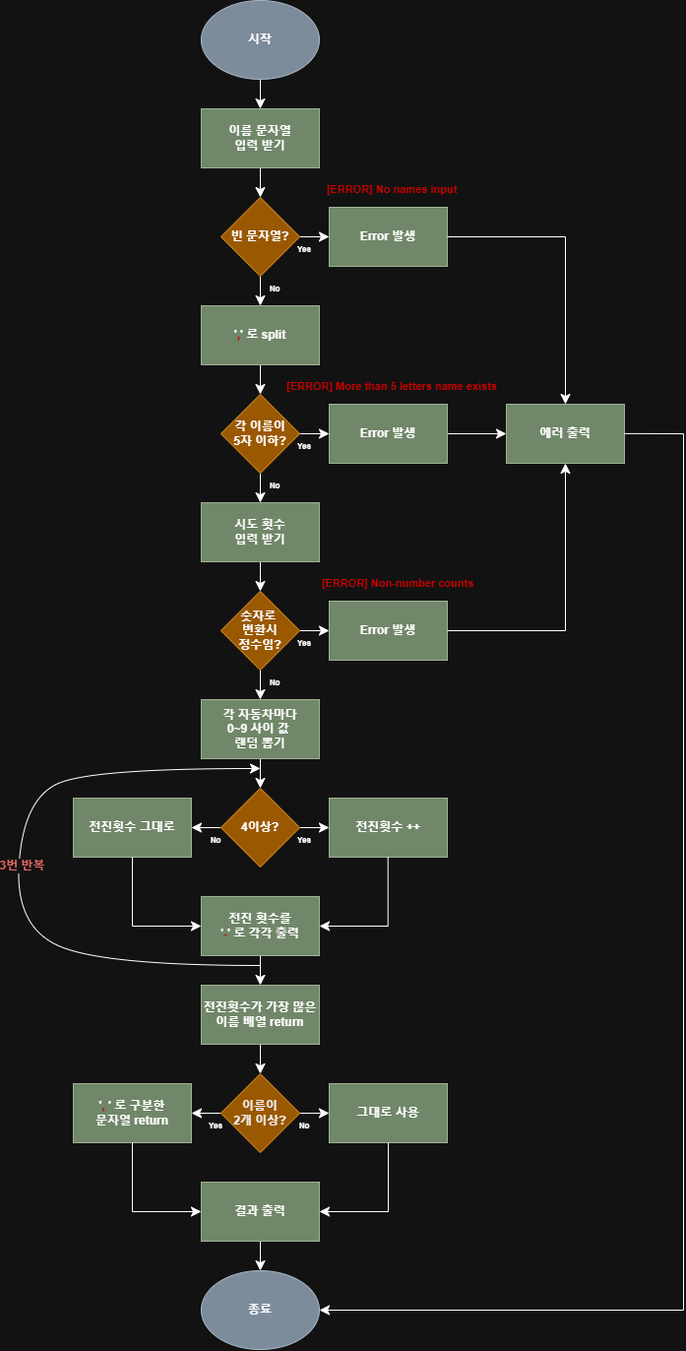
Before: images/flowchart_2w.png, a diagram exported from draw.io (LeeKangRyong/javascript-racingcar-8). Source tidied: cells renumbered, new cells last; positions are measured from the earlier drawing's top-left corner, leaving out a move shared by most shapes.
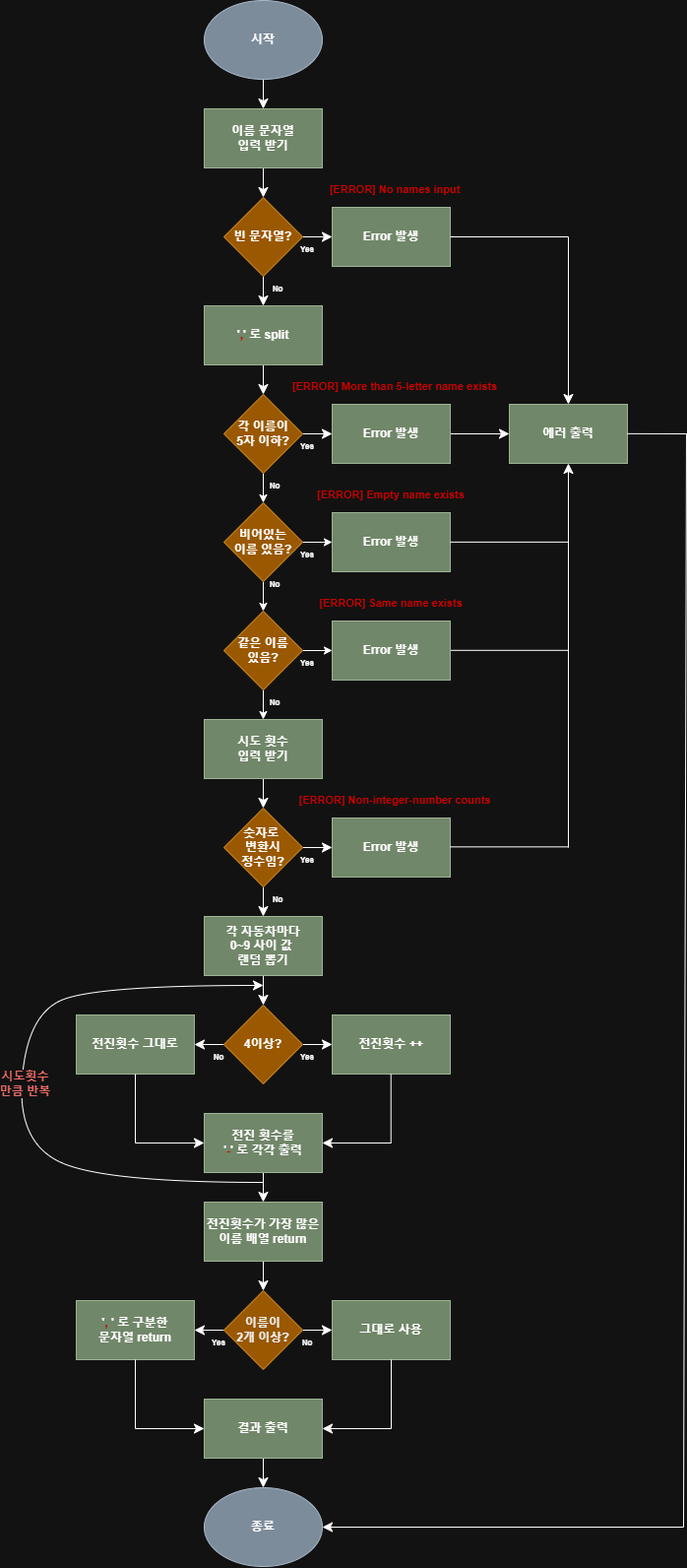
After the commit.

The edit, as a diff of the source:
```diff
@@ -6,13 +6,13 @@
       <mxGeometry relative="1" as="geometry" />
     </mxCell>
     <mxCell id="3" value="&lt;b&gt;&lt;font style=&quot;color: light-dark(rgb(0, 0, 0), rgb(255, 255, 255));&quot;&gt;시작&lt;/font&gt;&lt;/b&gt;" style="ellipse;whiteSpace=wrap;html=1;fillColor=#647687;fontColor=#ffffff;strokeColor=#314354;" parent="1" vertex="1">
-      <mxGeometry x="190" width="120" height="80" as="geometry" />
+      <mxGeometry x="190" y="-220" width="120" height="80" as="geometry" />
     </mxCell>
     <mxCell id="4" style="edgeStyle=none;curved=1;rounded=0;jettySize=auto;html=1;fontSize=12;startSize=8;endSize=8;" parent="1" edge="1" source="5" target="8">
       <mxGeometry relative="1" as="geometry" />
     </mxCell>
     <mxCell id="5" value="&lt;b&gt;&lt;font style=&quot;color: light-dark(rgb(0, 0, 0), rgb(255, 255, 255));&quot;&gt;이름 문자열&lt;/font&gt;&lt;/b&gt;&lt;div&gt;&lt;b&gt;&lt;font style=&quot;color: light-dark(rgb(0, 0, 0), rgb(255, 255, 255));&quot;&gt;입력 받기&lt;/font&gt;&lt;/b&gt;&lt;/div&gt;" style="rounded=0;whiteSpace=wrap;html=1;fillColor=#6d8764;fontColor=#ffffff;strokeColor=#3A5431;" parent="1" vertex="1">
-      <mxGeometry x="190" y="110" width="120" height="60" as="geometry" />
+      <mxGeometry x="190" y="-110" width="120" height="60" as="geometry" />
     </mxCell>
     <mxCell id="6" style="edgeStyle=none;curved=1;rounded=0;jettySize=auto;html=1;fontSize=12;startSize=8;endSize=8;" parent="1" edge="1" source="8" target="9">
       <mxGeometry relative="1" as="geometry" />
@@ -21,31 +21,31 @@
       <mxGeometry relative="1" as="geometry" />
     </mxCell>
     <mxCell id="8" value="&lt;b&gt;&lt;font style=&quot;color: light-dark(rgb(0, 0, 0), rgb(255, 255, 255));&quot;&gt;빈 문자열?&lt;/font&gt;&lt;/b&gt;" style="rhombus;whiteSpace=wrap;html=1;fillColor=#f0a30a;fontColor=#000000;strokeColor=#BD7000;" parent="1" vertex="1">
-      <mxGeometry x="210" y="200" width="80" height="80" as="geometry" />
+      <mxGeometry x="210" y="-20" width="80" height="80" as="geometry" />
     </mxCell>
     <mxCell id="9" value="&lt;b&gt;&lt;font style=&quot;color: light-dark(rgb(0, 0, 0), rgb(255, 255, 255));&quot;&gt;Error 발생&lt;/font&gt;&lt;/b&gt;" style="rounded=0;whiteSpace=wrap;html=1;fillColor=#6d8764;fontColor=#ffffff;strokeColor=#3A5431;" parent="1" vertex="1">
-      <mxGeometry x="320" y="210" width="120" height="60" as="geometry" />
+      <mxGeometry x="320" y="-10" width="120" height="60" as="geometry" />
     </mxCell>
     <mxCell id="10" style="edgeStyle=none;curved=1;rounded=0;jettySize=auto;html=1;fontSize=12;startSize=8;endSize=8;" parent="1" edge="1" source="11" target="14">
       <mxGeometry relative="1" as="geometry" />
     </mxCell>
     <mxCell id="11" value="&lt;b&gt;&lt;font&gt;&lt;font style=&quot;color: light-dark(rgb(255, 255, 255), rgb(255, 255, 255));&quot;&gt;'&lt;/font&gt;&lt;font style=&quot;color: light-dark(rgb(255, 255, 255), rgb(204, 0, 0));&quot;&gt;,&lt;/font&gt;&lt;font style=&quot;color: light-dark(rgb(255, 255, 255), rgb(255, 255, 255));&quot;&gt;'&lt;/font&gt;&lt;/font&gt;&lt;font style=&quot;color: light-dark(rgb(0, 0, 0), rgb(255, 255, 255));&quot;&gt; 로 split&lt;/font&gt;&lt;/b&gt;" style="rounded=0;whiteSpace=wrap;html=1;fillColor=#6d8764;fontColor=#ffffff;strokeColor=#3A5431;" parent="1" vertex="1">
-      <mxGeometry x="190" y="310" width="120" height="60" as="geometry" />
+      <mxGeometry x="190" y="90" width="120" height="60" as="geometry" />
     </mxCell>
     <mxCell id="12" style="edgeStyle=none;curved=1;rounded=0;jettySize=auto;html=1;fontSize=12;startSize=8;endSize=8;" parent="1" edge="1" source="14" target="16">
       <mxGeometry relative="1" as="geometry" />
     </mxCell>
-    <mxCell id="13" style="edgeStyle=none;curved=1;rounded=0;jettySize=auto;html=1;fontSize=12;startSize=8;endSize=8;" parent="1" edge="1" source="14" target="18">
-      <mxGeometry relative="1" as="geometry" />
-    </mxCell>
+    <mxCell id="74" style="edgeStyle=orthogonalEdgeStyle;rounded=0;jettySize=auto;html=1;" parent="1" edge="1" source="14" target="77">
+      <mxGeometry relative="1" as="geometry" />
+    </mxCell>
     <mxCell id="14" value="&lt;b&gt;&lt;font style=&quot;color: light-dark(rgb(0, 0, 0), rgb(255, 255, 255));&quot;&gt;각 이름이&lt;/font&gt;&lt;/b&gt;&lt;div&gt;&lt;b&gt;&lt;font style=&quot;color: light-dark(rgb(0, 0, 0), rgb(255, 255, 255));&quot;&gt;5자 이하?&lt;/font&gt;&lt;/b&gt;&lt;/div&gt;" style="rhombus;whiteSpace=wrap;html=1;fillColor=#f0a30a;fontColor=#000000;strokeColor=#BD7000;" parent="1" vertex="1">
-      <mxGeometry x="210" y="400" width="80" height="80" as="geometry" />
+      <mxGeometry x="210" y="180" width="80" height="80" as="geometry" />
     </mxCell>
     <mxCell id="15" style="edgeStyle=none;curved=1;rounded=0;jettySize=auto;html=1;fontSize=12;startSize=8;endSize=8;" parent="1" edge="1" source="16" target="66">
       <mxGeometry relative="1" as="geometry" />
     </mxCell>
     <mxCell id="16" value="&lt;b&gt;&lt;font style=&quot;color: light-dark(rgb(0, 0, 0), rgb(255, 255, 255));&quot;&gt;Error 발생&lt;/font&gt;&lt;/b&gt;" style="rounded=0;whiteSpace=wrap;html=1;fillColor=#6d8764;fontColor=#ffffff;strokeColor=#3A5431;" parent="1" vertex="1">
-      <mxGeometry x="320" y="410" width="120" height="60" as="geometry" />
+      <mxGeometry x="320" y="190" width="120" height="60" as="geometry" />
     </mxCell>
     <mxCell id="17" style="edgeStyle=none;curved=1;rounded=0;jettySize=auto;html=1;fontSize=12;startSize=8;endSize=8;" parent="1" edge="1" source="18" target="21">
       <mxGeometry relative="1" as="geometry" />
@@ -133,7 +133,7 @@
         </Array>
       </mxGeometry>
     </mxCell>
-    <mxCell id="39" value="&lt;b&gt;&lt;font style=&quot;color: light-dark(rgb(0, 0, 0), rgb(234, 107, 102));&quot;&gt;3번 반복&lt;/font&gt;&lt;/b&gt;" style="edgeLabel;html=1;align=center;verticalAlign=middle;fontSize=12;" parent="38" vertex="1">
+    <mxCell id="39" value="&lt;b&gt;&lt;font style=&quot;color: light-dark(rgb(0, 0, 0), rgb(234, 107, 102));&quot;&gt;시도횟수&lt;/font&gt;&lt;/b&gt;&lt;div&gt;&lt;b&gt;&lt;font style=&quot;color: light-dark(rgb(0, 0, 0), rgb(234, 107, 102));&quot;&gt;만큼&amp;nbsp;&lt;/font&gt;&lt;/b&gt;&lt;b style=&quot;background-color: light-dark(#ffffff, var(--ge-dark-color, #121212)); color: light-dark(rgb(0, 0, 0), rgb(255, 255, 255));&quot;&gt;&lt;font style=&quot;color: light-dark(rgb(0, 0, 0), rgb(234, 107, 102));&quot;&gt;반복&lt;/font&gt;&lt;/b&gt;&lt;/div&gt;" style="edgeLabel;html=1;align=center;verticalAlign=middle;fontSize=12;" parent="38" vertex="1">
       <mxGeometry x="0.01" y="-3" relative="1" as="geometry" />
     </mxCell>
     <mxCell id="40" style="edgeStyle=none;curved=1;rounded=0;jettySize=auto;html=1;fontSize=12;startSize=8;endSize=8;" parent="1" edge="1" source="42" target="52">
@@ -146,19 +146,19 @@
       <mxGeometry x="210" y="1090" width="80" height="80" as="geometry" />
     </mxCell>
     <mxCell id="43" value="&lt;font style=&quot;font-size: 8px;&quot;&gt;&lt;b&gt;Yes&lt;/b&gt;&lt;/font&gt;" style="text;html=1;whiteSpace=wrap;strokeColor=none;fillColor=none;align=center;verticalAlign=middle;rounded=0;fontSize=16;" parent="1" vertex="1">
-      <mxGeometry x="290" y="240" width="10" height="20" as="geometry" />
+      <mxGeometry x="290" y="20" width="10" height="20" as="geometry" />
     </mxCell>
     <mxCell id="44" style="edgeStyle=none;curved=1;rounded=0;orthogonalLoop=1;jettySize=auto;html=1;entryX=0;entryY=0;entryDx=0;entryDy=0;fontSize=12;startSize=8;endSize=8;" parent="1" edge="1" source="43" target="43">
       <mxGeometry relative="1" as="geometry" />
     </mxCell>
     <mxCell id="45" value="&lt;font style=&quot;font-size: 8px;&quot;&gt;&lt;b&gt;No&lt;/b&gt;&lt;/font&gt;" style="text;html=1;whiteSpace=wrap;strokeColor=none;fillColor=none;align=center;verticalAlign=middle;rounded=0;fontSize=16;" parent="1" vertex="1">
-      <mxGeometry x="260" y="280" width="10" height="20" as="geometry" />
+      <mxGeometry x="260" y="60" width="10" height="20" as="geometry" />
     </mxCell>
     <mxCell id="46" value="&lt;font style=&quot;font-size: 8px;&quot;&gt;&lt;b&gt;Yes&lt;/b&gt;&lt;/font&gt;" style="text;html=1;whiteSpace=wrap;strokeColor=none;fillColor=none;align=center;verticalAlign=middle;rounded=0;fontSize=16;" parent="1" vertex="1">
-      <mxGeometry x="290" y="440" width="10" height="20" as="geometry" />
+      <mxGeometry x="290" y="220" width="10" height="20" as="geometry" />
     </mxCell>
     <mxCell id="47" value="&lt;font style=&quot;font-size: 8px;&quot;&gt;&lt;b&gt;No&lt;/b&gt;&lt;/font&gt;" style="text;html=1;whiteSpace=wrap;strokeColor=none;fillColor=none;align=center;verticalAlign=middle;rounded=0;fontSize=16;" parent="1" vertex="1">
-      <mxGeometry x="260" y="480" width="10" height="20" as="geometry" />
+      <mxGeometry x="257" y="260" width="10" height="20" as="geometry" />
     </mxCell>
     <mxCell id="48" value="&lt;font style=&quot;font-size: 8px;&quot;&gt;&lt;b&gt;Yes&lt;/b&gt;&lt;/font&gt;" style="text;html=1;whiteSpace=wrap;strokeColor=none;fillColor=none;align=center;verticalAlign=middle;rounded=0;fontSize=16;" parent="1" vertex="1">
       <mxGeometry x="290" y="640" width="10" height="20" as="geometry" />
@@ -215,25 +215,25 @@
       <mxGeometry x="190" y="1290" width="120" height="80" as="geometry" />
     </mxCell>
     <mxCell id="63" value="&lt;font style=&quot;font-size: 11px; color: light-dark(rgb(0, 0, 0), rgb(204, 0, 0));&quot;&gt;&lt;b&gt;[ERROR] No names input&lt;/b&gt;&lt;/font&gt;" style="text;strokeColor=none;fillColor=none;html=1;align=center;verticalAlign=middle;whiteSpace=wrap;rounded=0;fontSize=16;" parent="1" vertex="1">
-      <mxGeometry x="274" y="180" width="220" height="20" as="geometry" />
+      <mxGeometry x="274" y="-40" width="220" height="20" as="geometry" />
     </mxCell>
-    <mxCell id="64" value="&lt;b&gt;&lt;font style=&quot;color: light-dark(rgb(0, 0, 0), rgb(204, 0, 0));&quot;&gt;&lt;font style=&quot;font-size: 11px;&quot;&gt;[ERROR] More than 5 letters&amp;nbsp;&lt;/font&gt;&lt;span style=&quot;font-size: 11px; background-color: transparent;&quot;&gt;name exists&lt;/span&gt;&lt;/font&gt;&lt;/b&gt;" style="text;strokeColor=none;fillColor=none;html=1;align=center;verticalAlign=middle;whiteSpace=wrap;rounded=0;fontSize=16;" parent="1" vertex="1">
-      <mxGeometry x="249" y="380" width="270" height="20" as="geometry" />
+    <mxCell id="64" value="&lt;b&gt;&lt;font style=&quot;color: light-dark(rgb(0, 0, 0), rgb(204, 0, 0));&quot;&gt;&lt;font style=&quot;font-size: 11px;&quot;&gt;[ERROR] More than 5-letter&amp;nbsp;&lt;/font&gt;&lt;span style=&quot;font-size: 11px; background-color: transparent;&quot;&gt;name exists&lt;/span&gt;&lt;/font&gt;&lt;/b&gt;" style="text;strokeColor=none;fillColor=none;html=1;align=center;verticalAlign=middle;whiteSpace=wrap;rounded=0;fontSize=16;" parent="1" vertex="1">
+      <mxGeometry x="249" y="160" width="270" height="20" as="geometry" />
     </mxCell>
-    <mxCell id="65" value="&lt;font style=&quot;font-size: 11px; color: light-dark(rgb(0, 0, 0), rgb(204, 0, 0));&quot;&gt;&lt;b&gt;[ERROR] Non-number counts&lt;/b&gt;&lt;/font&gt;" style="text;strokeColor=none;fillColor=none;html=1;align=center;verticalAlign=middle;whiteSpace=wrap;rounded=0;fontSize=16;" parent="1" vertex="1">
-      <mxGeometry x="280" y="580" width="220" height="20" as="geometry" />
+    <mxCell id="65" value="&lt;font style=&quot;font-size: 11px; color: light-dark(rgb(0, 0, 0), rgb(204, 0, 0));&quot;&gt;&lt;b&gt;[ERROR] Non-integer-number counts&lt;/b&gt;&lt;/font&gt;" style="text;strokeColor=none;fillColor=none;html=1;align=center;verticalAlign=middle;whiteSpace=wrap;rounded=0;fontSize=16;" parent="1" vertex="1">
+      <mxGeometry x="274" y="580" width="220" height="20" as="geometry" />
     </mxCell>
     <mxCell id="66" value="&lt;b&gt;&lt;font style=&quot;color: light-dark(rgb(0, 0, 0), rgb(255, 255, 255));&quot;&gt;에러 출력&lt;/font&gt;&lt;/b&gt;" style="rounded=0;whiteSpace=wrap;html=1;fillColor=#6d8764;fontColor=#ffffff;strokeColor=#3A5431;" parent="1" vertex="1">
-      <mxGeometry x="500" y="410" width="120" height="60" as="geometry" />
+      <mxGeometry x="500" y="190" width="120" height="60" as="geometry" />
     </mxCell>
     <mxCell id="67" style="endArrow=classic;html=1;rounded=0;fontSize=12;startSize=8;endSize=8;curved=1;entryX=0.5;entryY=0;entryDx=0;entryDy=0;" parent="1" edge="1" target="66">
       <mxGeometry relative="1" as="geometry">
-        <mxPoint x="560" y="240" as="sourcePoint" />
+        <mxPoint x="560" y="20" as="sourcePoint" />
       </mxGeometry>
     </mxCell>
     <mxCell id="68" style="endArrow=none;html=1;rounded=0;fontSize=12;startSize=8;endSize=8;curved=1;exitX=1;exitY=0.5;exitDx=0;exitDy=0;" parent="1" edge="1" source="9">
       <mxGeometry relative="1" as="geometry">
-        <mxPoint x="560" y="240" as="targetPoint" />
+        <mxPoint x="560" y="20" as="targetPoint" />
       </mxGeometry>
     </mxCell>
     <mxCell id="69" style="endArrow=classic;html=1;rounded=0;fontSize=12;startSize=8;endSize=8;curved=1;entryX=0.5;entryY=1;entryDx=0;entryDy=0;" parent="1" edge="1" target="66">
@@ -243,26 +243,80 @@
     </mxCell>
     <mxCell id="70" style="endArrow=none;html=1;rounded=0;fontSize=12;startSize=8;endSize=8;curved=1;exitX=1;exitY=0.5;exitDx=0;exitDy=0;" parent="1" edge="1">
       <mxGeometry relative="1" as="geometry">
-        <mxPoint x="440" y="640" as="sourcePoint" />
-        <mxPoint x="560" y="640" as="targetPoint" />
+        <mxPoint x="440" y="439.8" as="sourcePoint" />
+        <mxPoint x="560" y="439.8" as="targetPoint" />
       </mxGeometry>
     </mxCell>
     <mxCell id="71" style="endArrow=none;html=1;rounded=0;fontSize=12;startSize=8;endSize=8;curved=1;entryX=1;entryY=0.5;entryDx=0;entryDy=0;" parent="1" edge="1">
       <mxGeometry relative="1" as="geometry">
-        <mxPoint x="680" y="440" as="sourcePoint" />
-        <mxPoint x="620" y="439.9" as="targetPoint" />
+        <mxPoint x="680" y="220" as="sourcePoint" />
+        <mxPoint x="620" y="219.9" as="targetPoint" />
       </mxGeometry>
     </mxCell>
     <mxCell id="72" style="endArrow=none;html=1;rounded=0;fontSize=12;startSize=8;endSize=8;curved=1;" parent="1" edge="1">
       <mxGeometry relative="1" as="geometry">
-        <mxPoint x="680" y="1330" as="sourcePoint" />
-        <mxPoint x="680" y="440" as="targetPoint" />
+        <mxPoint x="677" y="1330" as="sourcePoint" />
+        <mxPoint x="680" y="220" as="targetPoint" />
       </mxGeometry>
     </mxCell>
     <mxCell id="73" style="endArrow=classic;html=1;rounded=0;fontSize=12;startSize=8;endSize=8;curved=1;entryX=1;entryY=0.5;entryDx=0;entryDy=0;" parent="1" edge="1" target="62">
       <mxGeometry relative="1" as="geometry">
-        <mxPoint x="680" y="1330" as="sourcePoint" />
+        <mxPoint x="677" y="1330" as="sourcePoint" />
       </mxGeometry>
     </mxCell>
+    <mxCell id="75" style="edgeStyle=orthogonalEdgeStyle;rounded=0;jettySize=auto;html=1;" parent="1" edge="1" source="77" target="80">
+      <mxGeometry relative="1" as="geometry" />
+    </mxCell>
+    <mxCell id="76" style="edgeStyle=orthogonalEdgeStyle;rounded=0;jettySize=auto;html=1;" parent="1" edge="1" source="77" target="81">
+      <mxGeometry relative="1" as="geometry" />
+    </mxCell>
+    <mxCell id="77" value="&lt;font style=&quot;color: light-dark(rgb(255, 255, 255), rgb(255, 255, 255));&quot;&gt;&lt;b&gt;비어있는&lt;/b&gt;&lt;/font&gt;&lt;div&gt;&lt;font style=&quot;color: light-dark(rgb(255, 255, 255), rgb(255, 255, 255));&quot;&gt;&lt;b&gt;이름 있음?&lt;/b&gt;&lt;/font&gt;&lt;/div&gt;" style="rhombus;whiteSpace=wrap;html=1;fillColor=#f0a30a;fontColor=#000000;strokeColor=#BD7000;" parent="1" vertex="1">
+      <mxGeometry x="210" y="290" width="80" height="80" as="geometry" />
+    </mxCell>
+    <mxCell id="78" style="edgeStyle=orthogonalEdgeStyle;rounded=0;jettySize=auto;html=1;" parent="1" edge="1" source="80" target="82">
+      <mxGeometry relative="1" as="geometry" />
+    </mxCell>
+    <mxCell id="79" style="edgeStyle=orthogonalEdgeStyle;rounded=0;jettySize=auto;html=1;" parent="1" edge="1" source="80" target="18">
+      <mxGeometry relative="1" as="geometry" />
+    </mxCell>
+    <mxCell id="80" value="&lt;font style=&quot;color: light-dark(rgb(255, 255, 255), rgb(255, 255, 255));&quot;&gt;&lt;b style=&quot;&quot;&gt;같은 이름&lt;/b&gt;&lt;/font&gt;&lt;div&gt;&lt;font style=&quot;color: light-dark(rgb(255, 255, 255), rgb(255, 255, 255));&quot;&gt;&lt;b style=&quot;&quot;&gt;있음?&lt;/b&gt;&lt;/font&gt;&lt;/div&gt;" style="rhombus;whiteSpace=wrap;html=1;fillColor=#f0a30a;fontColor=#000000;strokeColor=#BD7000;" parent="1" vertex="1">
+      <mxGeometry x="210" y="400" width="80" height="80" as="geometry" />
+    </mxCell>
+    <mxCell id="81" value="&lt;b&gt;&lt;font style=&quot;color: light-dark(rgb(0, 0, 0), rgb(255, 255, 255));&quot;&gt;Error 발생&lt;/font&gt;&lt;/b&gt;" style="rounded=0;whiteSpace=wrap;html=1;fillColor=#6d8764;fontColor=#ffffff;strokeColor=#3A5431;" parent="1" vertex="1">
+      <mxGeometry x="320" y="300" width="120" height="60" as="geometry" />
+    </mxCell>
+    <mxCell id="82" value="&lt;b&gt;&lt;font style=&quot;color: light-dark(rgb(0, 0, 0), rgb(255, 255, 255));&quot;&gt;Error 발생&lt;/font&gt;&lt;/b&gt;" style="rounded=0;whiteSpace=wrap;html=1;fillColor=#6d8764;fontColor=#ffffff;strokeColor=#3A5431;" parent="1" vertex="1">
+      <mxGeometry x="320" y="410" width="120" height="60" as="geometry" />
+    </mxCell>
+    <mxCell id="83" style="endArrow=none;html=1;rounded=0;fontSize=12;startSize=8;endSize=8;curved=1;exitX=1;exitY=0.5;exitDx=0;exitDy=0;" parent="1" edge="1">
+      <mxGeometry relative="1" as="geometry">
+        <mxPoint x="440" y="329.9" as="sourcePoint" />
+        <mxPoint x="560" y="329.9" as="targetPoint" />
+      </mxGeometry>
+    </mxCell>
+    <mxCell id="84" style="endArrow=none;html=1;rounded=0;fontSize=12;startSize=8;endSize=8;curved=1;exitX=1;exitY=0.5;exitDx=0;exitDy=0;" parent="1" edge="1">
+      <mxGeometry relative="1" as="geometry">
+        <mxPoint x="440" y="639.4" as="sourcePoint" />
+        <mxPoint x="560" y="639.4" as="targetPoint" />
+      </mxGeometry>
+    </mxCell>
+    <mxCell id="85" value="&lt;b&gt;&lt;font style=&quot;color: light-dark(rgb(0, 0, 0), rgb(204, 0, 0));&quot;&gt;&lt;font style=&quot;font-size: 11px;&quot;&gt;[ERROR] Empty name exists&lt;/font&gt;&lt;/font&gt;&lt;/b&gt;" style="text;strokeColor=none;fillColor=none;html=1;align=center;verticalAlign=middle;whiteSpace=wrap;rounded=0;fontSize=16;" parent="1" vertex="1">
+      <mxGeometry x="245" y="270" width="270" height="20" as="geometry" />
+    </mxCell>
+    <mxCell id="86" value="&lt;b&gt;&lt;font style=&quot;color: light-dark(rgb(0, 0, 0), rgb(204, 0, 0));&quot;&gt;&lt;font style=&quot;font-size: 11px;&quot;&gt;[ERROR] Same name exists&lt;/font&gt;&lt;/font&gt;&lt;/b&gt;" style="text;strokeColor=none;fillColor=none;html=1;align=center;verticalAlign=middle;whiteSpace=wrap;rounded=0;fontSize=16;" parent="1" vertex="1">
+      <mxGeometry x="245" y="380" width="270" height="20" as="geometry" />
+    </mxCell>
+    <mxCell id="87" value="&lt;font style=&quot;font-size: 8px;&quot;&gt;&lt;b&gt;No&lt;/b&gt;&lt;/font&gt;" style="text;html=1;whiteSpace=wrap;strokeColor=none;fillColor=none;align=center;verticalAlign=middle;rounded=0;fontSize=16;" parent="1" vertex="1">
+      <mxGeometry x="257" y="480" width="10" height="20" as="geometry" />
+    </mxCell>
+    <mxCell id="88" value="&lt;font style=&quot;font-size: 8px;&quot;&gt;&lt;b&gt;No&lt;/b&gt;&lt;/font&gt;" style="text;html=1;whiteSpace=wrap;strokeColor=none;fillColor=none;align=center;verticalAlign=middle;rounded=0;fontSize=16;" parent="1" vertex="1">
+      <mxGeometry x="257" y="360" width="10" height="20" as="geometry" />
+    </mxCell>
+    <mxCell id="89" value="&lt;font style=&quot;font-size: 8px;&quot;&gt;&lt;b&gt;Yes&lt;/b&gt;&lt;/font&gt;" style="text;html=1;whiteSpace=wrap;strokeColor=none;fillColor=none;align=center;verticalAlign=middle;rounded=0;fontSize=16;" parent="1" vertex="1">
+      <mxGeometry x="290" y="330" width="10" height="20" as="geometry" />
+    </mxCell>
+    <mxCell id="90" value="&lt;font style=&quot;font-size: 8px;&quot;&gt;&lt;b&gt;Yes&lt;/b&gt;&lt;/font&gt;" style="text;html=1;whiteSpace=wrap;strokeColor=none;fillColor=none;align=center;verticalAlign=middle;rounded=0;fontSize=16;" parent="1" vertex="1">
+      <mxGeometry x="290" y="440" width="10" height="20" as="geometry" />
+    </mxCell>
   </root>
 </mxGraphModel>
```
